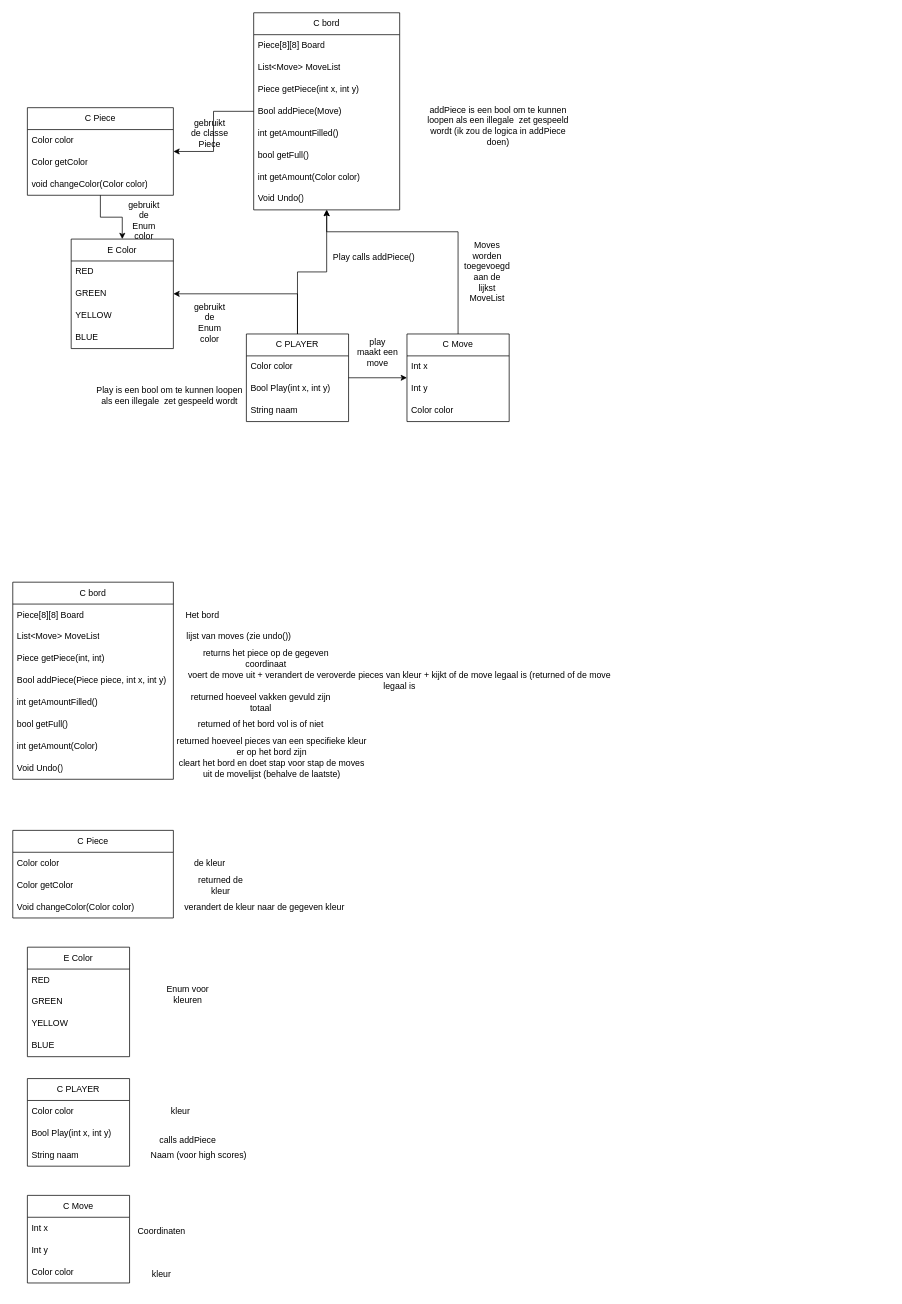
The draw.io diagram Diagram.drawio in kloktijd2/Project_Rollit, before the edit. Source tidied: cells renumbered, new cells numbered last; positions are measured from the earlier drawing's top-left corner, leaving out a move shared by most shapes. Both pictures are drawn from the tidied source at 73%, with x=0, y=0 at pixel (12, 12).
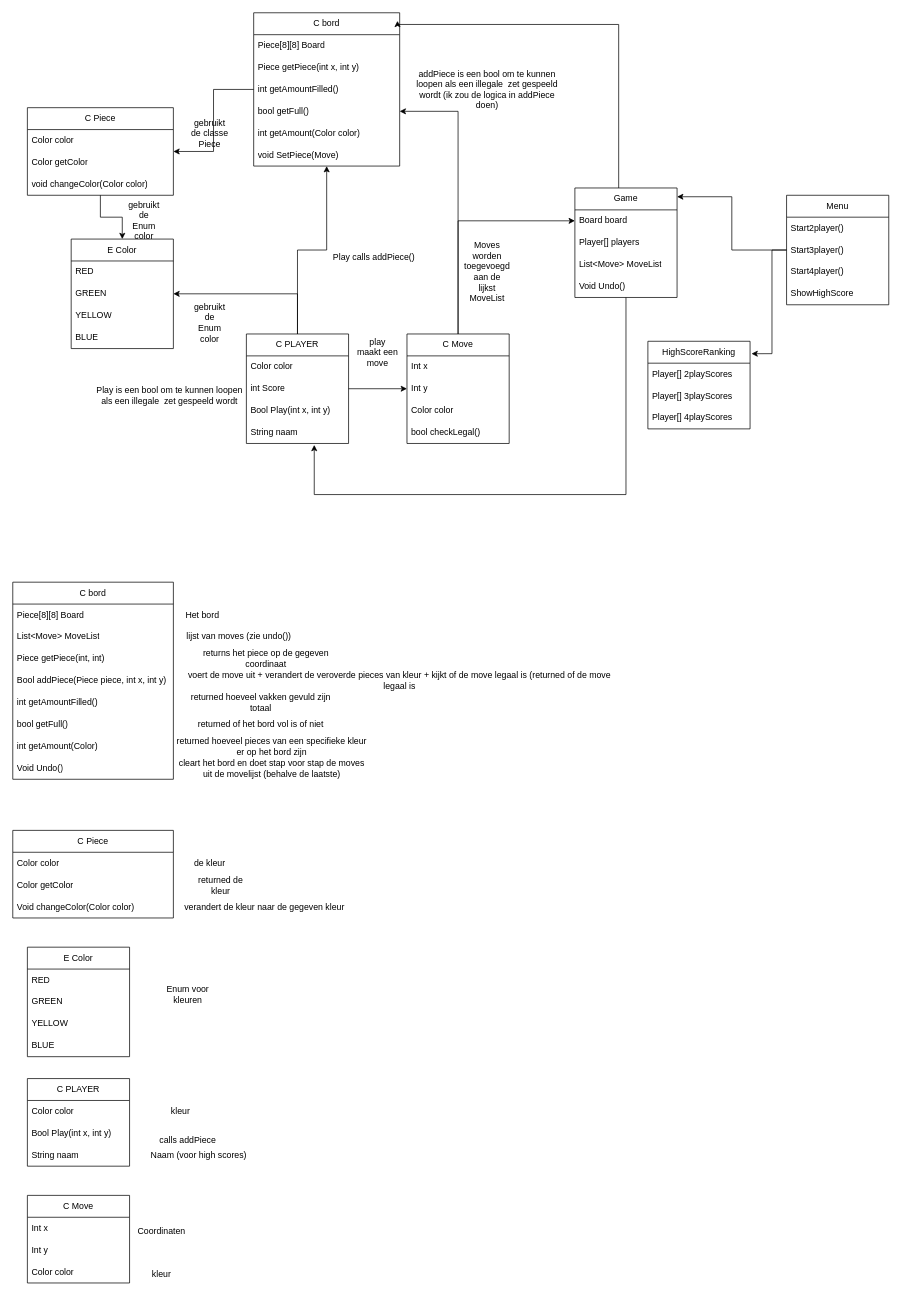
The same page after the edit.

The edit, as a diff of the source:
```diff
@@
     <mxCell id="3" value="C bord" style="swimlane;fontStyle=0;horizontal=1;startSize=30;whiteSpace=wrap;html=1;" parent="1" vertex="1">
-      <mxGeometry x="330" width="200" height="270" as="geometry" />
+      <mxGeometry x="330" width="200" height="210" as="geometry" />
     </mxCell>
@@
-    <mxCell id="5" value="List&amp;lt;Move&amp;gt; MoveList" style="text;strokeColor=none;fillColor=none;align=left;verticalAlign=middle;spacingLeft=4;spacingRight=4;overflow=hidden;whiteSpace=wrap;html=1;" parent="3" vertex="1">
-      <mxGeometry y="60" width="200" height="30" as="geometry" />
-    </mxCell>
     <mxCell id="6" value="Piece getPiece(int x, int y)" style="text;strokeColor=none;fillColor=none;align=left;verticalAlign=middle;spacingLeft=4;spacingRight=4;overflow=hidden;whiteSpace=wrap;html=1;" parent="3" vertex="1">
-      <mxGeometry y="90" width="200" height="30" as="geometry" />
+      <mxGeometry y="60" width="200" height="30" as="geometry" />
     </mxCell>
-    <mxCell id="7" value="Bool addPiece(Move)" style="text;strokeColor=none;fillColor=none;align=left;verticalAlign=middle;spacingLeft=4;spacingRight=4;overflow=hidden;whiteSpace=wrap;html=1;" parent="3" vertex="1">
-      <mxGeometry y="120" width="200" height="30" as="geometry" />
-    </mxCell>
     <mxCell id="8" value="int getAmountFilled()" style="text;strokeColor=none;fillColor=none;align=left;verticalAlign=middle;spacingLeft=4;spacingRight=4;overflow=hidden;whiteSpace=wrap;html=1;" parent="3" vertex="1">
-      <mxGeometry y="150" width="200" height="30" as="geometry" />
+      <mxGeometry y="90" width="200" height="30" as="geometry" />
     </mxCell>
     <mxCell id="9" value="bool getFull()" style="text;strokeColor=none;fillColor=none;align=left;verticalAlign=middle;spacingLeft=4;spacingRight=4;overflow=hidden;points=[[0,0.5],[1,0.5]];portConstraint=eastwest;whiteSpace=wrap;html=1;" parent="3" vertex="1">
-      <mxGeometry y="180" width="200" height="30" as="geometry" />
+      <mxGeometry y="120" width="200" height="30" as="geometry" />
     </mxCell>
     <mxCell id="10" value="int getAmount(Color color)" style="text;strokeColor=none;fillColor=none;align=left;verticalAlign=middle;spacingLeft=4;spacingRight=4;overflow=hidden;whiteSpace=wrap;html=1;" parent="3" vertex="1">
-      <mxGeometry y="210" width="200" height="30" as="geometry" />
+      <mxGeometry y="150" width="200" height="30" as="geometry" />
     </mxCell>
-    <mxCell id="11" value="Void Undo()" style="text;strokeColor=none;fillColor=none;align=left;verticalAlign=middle;spacingLeft=4;spacingRight=4;overflow=hidden;whiteSpace=wrap;html=1;" parent="3" vertex="1">
-      <mxGeometry y="240" width="200" height="30" as="geometry" />
-    </mxCell>
+    <mxCell id="84" value="&lt;div&gt;void SetPiece(Move)&lt;/div&gt;" style="text;strokeColor=none;fillColor=none;align=left;verticalAlign=middle;spacingLeft=4;spacingRight=4;overflow=hidden;whiteSpace=wrap;html=1;" parent="3" vertex="1">
+      <mxGeometry y="180" width="200" height="30" as="geometry" />
+    </mxCell>
@@
     <mxCell id="25" value="C PLAYER" style="swimlane;fontStyle=0;horizontal=1;startSize=30;whiteSpace=wrap;html=1;" parent="1" vertex="1">
-      <mxGeometry x="320" y="440" width="140" height="120" as="geometry" />
+      <mxGeometry x="320" y="440" width="140" height="150" as="geometry" />
     </mxCell>
@@
+    <mxCell id="85" value="&lt;div&gt;int Score&lt;/div&gt;" style="text;strokeColor=none;fillColor=none;align=left;verticalAlign=middle;spacingLeft=4;spacingRight=4;overflow=hidden;whiteSpace=wrap;html=1;" parent="25" vertex="1">
+      <mxGeometry y="60" width="140" height="30" as="geometry" />
+    </mxCell>
     <mxCell id="27" value="Bool Play(int x, int y)" style="text;strokeColor=none;fillColor=none;align=left;verticalAlign=middle;spacingLeft=4;spacingRight=4;overflow=hidden;whiteSpace=wrap;html=1;" parent="25" vertex="1">
-      <mxGeometry y="60" width="140" height="30" as="geometry" />
+      <mxGeometry y="90" width="140" height="30" as="geometry" />
     </mxCell>
     <mxCell id="28" value="String naam" style="text;strokeColor=none;fillColor=none;align=left;verticalAlign=middle;spacingLeft=4;spacingRight=4;overflow=hidden;points=[[0,0.5],[1,0.5]];portConstraint=eastwest;whiteSpace=wrap;html=1;" parent="25" vertex="1">
-      <mxGeometry y="90" width="140" height="30" as="geometry" />
+      <mxGeometry y="120" width="140" height="30" as="geometry" />
     </mxCell>
@@
     <mxCell id="30" value="addPiece is een bool om te kunnen loopen als een illegale&amp;nbsp; zet gespeeld wordt (ik zou de logica in addPiece doen)" style="text;html=1;align=center;verticalAlign=middle;whiteSpace=wrap;rounded=0;" parent="1" vertex="1">
-      <mxGeometry x="560" y="140" width="210" height="30" as="geometry" />
+      <mxGeometry x="545" y="90" width="210" height="30" as="geometry" />
     </mxCell>
@@
-    <mxCell id="34" style="edgeStyle=orthogonalEdgeStyle;rounded=0;jettySize=auto;html=1;" parent="1" edge="1" source="35" target="3">
-      <mxGeometry relative="1" as="geometry">
-        <Array as="points">
-          <mxPoint x="610" y="300" />
-          <mxPoint x="430" y="300" />
-        </Array>
-      </mxGeometry>
-    </mxCell>
+    <mxCell id="86" style="edgeStyle=orthogonalEdgeStyle;rounded=0;jettySize=auto;html=1;entryX=1;entryY=0.5;entryDx=0;entryDy=0;" parent="1" edge="1" source="35" target="9">
+      <mxGeometry relative="1" as="geometry" />
+    </mxCell>
+    <mxCell id="87" style="edgeStyle=orthogonalEdgeStyle;rounded=0;jettySize=auto;html=1;" parent="1" edge="1" source="35" target="90">
+      <mxGeometry relative="1" as="geometry" />
+    </mxCell>
     <mxCell id="35" value="C Move" style="swimlane;fontStyle=0;horizontal=1;startSize=30;whiteSpace=wrap;html=1;" parent="1" vertex="1">
-      <mxGeometry x="540" y="440" width="140" height="120" as="geometry" />
+      <mxGeometry x="540" y="440" width="140" height="150" as="geometry" />
     </mxCell>
@@
+    <mxCell id="88" value="bool checkLegal()" style="text;strokeColor=none;fillColor=none;align=left;verticalAlign=middle;spacingLeft=4;spacingRight=4;overflow=hidden;whiteSpace=wrap;html=1;" parent="35" vertex="1">
+      <mxGeometry y="120" width="140" height="30" as="geometry" />
+    </mxCell>
@@
+    <mxCell id="89" value="Game" style="swimlane;fontStyle=0;horizontal=1;startSize=30;whiteSpace=wrap;html=1;" parent="1" vertex="1">
+      <mxGeometry x="770" y="240" width="140" height="150" as="geometry" />
+    </mxCell>
+    <mxCell id="90" value="&lt;div&gt;Board board&lt;/div&gt;" style="text;strokeColor=none;fillColor=none;align=left;verticalAlign=middle;spacingLeft=4;spacingRight=4;overflow=hidden;points=[[0,0.5],[1,0.5]];portConstraint=eastwest;whiteSpace=wrap;html=1;" parent="89" vertex="1">
+      <mxGeometry y="30" width="140" height="30" as="geometry" />
+    </mxCell>
+    <mxCell id="91" value="Player[] players" style="text;strokeColor=none;fillColor=none;align=left;verticalAlign=middle;spacingLeft=4;spacingRight=4;overflow=hidden;whiteSpace=wrap;html=1;" parent="89" vertex="1">
+      <mxGeometry y="60" width="140" height="30" as="geometry" />
+    </mxCell>
+    <mxCell id="5" value="List&amp;lt;Move&amp;gt; MoveList" style="text;strokeColor=none;fillColor=none;align=left;verticalAlign=middle;spacingLeft=4;spacingRight=4;overflow=hidden;whiteSpace=wrap;html=1;" parent="89" vertex="1">
+      <mxGeometry y="90" width="140" height="30" as="geometry" />
+    </mxCell>
+    <mxCell id="11" value="Void Undo()" style="text;strokeColor=none;fillColor=none;align=left;verticalAlign=middle;spacingLeft=4;spacingRight=4;overflow=hidden;whiteSpace=wrap;html=1;" parent="89" vertex="1">
+      <mxGeometry y="120" width="140" height="30" as="geometry" />
+    </mxCell>
+    <mxCell id="92" style="edgeStyle=orthogonalEdgeStyle;rounded=0;jettySize=auto;html=1;entryX=0.985;entryY=0.053;entryDx=0;entryDy=0;entryPerimeter=0;" parent="1" edge="1" source="89" target="3">
+      <mxGeometry relative="1" as="geometry">
+        <Array as="points">
+          <mxPoint x="830" y="16" />
+        </Array>
+      </mxGeometry>
+    </mxCell>
+    <mxCell id="93" style="edgeStyle=orthogonalEdgeStyle;rounded=0;jettySize=auto;html=1;entryX=0.664;entryY=1.067;entryDx=0;entryDy=0;entryPerimeter=0;" parent="1" edge="1" source="89" target="28">
+      <mxGeometry relative="1" as="geometry">
+        <Array as="points">
+          <mxPoint x="840" y="660" />
+          <mxPoint x="413" y="660" />
+        </Array>
+      </mxGeometry>
+    </mxCell>
+    <mxCell id="94" value="HighScoreRanking" style="swimlane;fontStyle=0;horizontal=1;startSize=30;whiteSpace=wrap;html=1;" parent="1" vertex="1">
+      <mxGeometry x="870" y="450" width="140" height="120" as="geometry" />
+    </mxCell>
+    <mxCell id="95" value="Player[] 2playScores" style="text;strokeColor=none;fillColor=none;align=left;verticalAlign=middle;spacingLeft=4;spacingRight=4;overflow=hidden;whiteSpace=wrap;html=1;" parent="94" vertex="1">
+      <mxGeometry y="30" width="140" height="30" as="geometry" />
+    </mxCell>
+    <mxCell id="96" value="Player[] 3playScores" style="text;strokeColor=none;fillColor=none;align=left;verticalAlign=middle;spacingLeft=4;spacingRight=4;overflow=hidden;whiteSpace=wrap;html=1;" parent="94" vertex="1">
+      <mxGeometry y="60" width="140" height="30" as="geometry" />
+    </mxCell>
+    <mxCell id="97" value="Player[] 4playScores" style="text;strokeColor=none;fillColor=none;align=left;verticalAlign=middle;spacingLeft=4;spacingRight=4;overflow=hidden;whiteSpace=wrap;html=1;" parent="94" vertex="1">
+      <mxGeometry y="90" width="140" height="30" as="geometry" />
+    </mxCell>
+    <mxCell id="98" value="Menu" style="swimlane;fontStyle=0;horizontal=1;startSize=30;whiteSpace=wrap;html=1;" parent="1" vertex="1">
+      <mxGeometry x="1060" y="250" width="140" height="150" as="geometry" />
+    </mxCell>
+    <mxCell id="99" value="Start2player()" style="text;strokeColor=none;fillColor=none;align=left;verticalAlign=middle;spacingLeft=4;spacingRight=4;overflow=hidden;whiteSpace=wrap;html=1;" parent="98" vertex="1">
+      <mxGeometry y="30" width="140" height="30" as="geometry" />
+    </mxCell>
+    <mxCell id="100" value="Start3player()" style="text;strokeColor=none;fillColor=none;align=left;verticalAlign=middle;spacingLeft=4;spacingRight=4;overflow=hidden;whiteSpace=wrap;html=1;" parent="98" vertex="1">
+      <mxGeometry y="60" width="140" height="30" as="geometry" />
+    </mxCell>
+    <mxCell id="101" value="Start4player()" style="text;strokeColor=none;fillColor=none;align=left;verticalAlign=middle;spacingLeft=4;spacingRight=4;overflow=hidden;whiteSpace=wrap;html=1;" parent="98" vertex="1">
+      <mxGeometry y="90" width="140" height="30" as="geometry" />
+    </mxCell>
+    <mxCell id="102" value="ShowHighScore" style="text;strokeColor=none;fillColor=none;align=left;verticalAlign=middle;spacingLeft=4;spacingRight=4;overflow=hidden;whiteSpace=wrap;html=1;" parent="98" vertex="1">
+      <mxGeometry y="120" width="140" height="30" as="geometry" />
+    </mxCell>
+    <mxCell id="103" style="edgeStyle=orthogonalEdgeStyle;rounded=0;jettySize=auto;html=1;entryX=1;entryY=0.08;entryDx=0;entryDy=0;entryPerimeter=0;" parent="1" edge="1" source="98" target="89">
+      <mxGeometry relative="1" as="geometry" />
+    </mxCell>
+    <mxCell id="104" style="edgeStyle=orthogonalEdgeStyle;rounded=0;jettySize=auto;html=1;entryX=1.014;entryY=0.142;entryDx=0;entryDy=0;entryPerimeter=0;" parent="1" edge="1" source="98" target="94">
+      <mxGeometry relative="1" as="geometry">
+        <Array as="points">
+          <mxPoint x="1040" y="325" />
+          <mxPoint x="1040" y="467" />
+        </Array>
+      </mxGeometry>
+    </mxCell>
```
